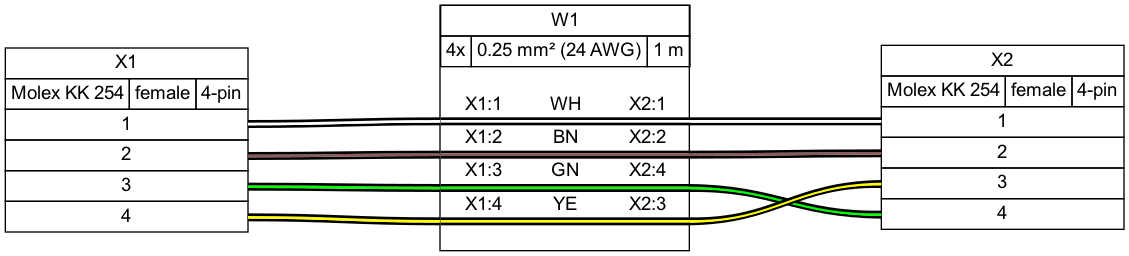
Before: tutorial/tutorial02.png, a diagram exported from Graphviz (wireviz/WireViz). Its source is kept beside it as tutorial/tutorial02.gv.
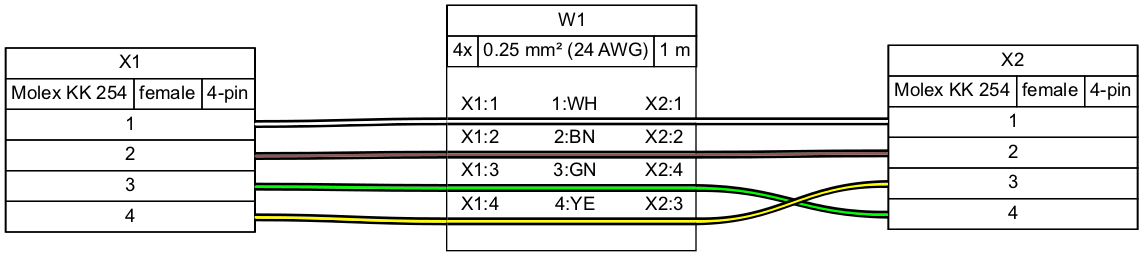
The same file after the commit.

Diff of the diagram source:
```diff
@@ -1,6 +1,6 @@
 graph {
-	graph [bgcolor=white fontname=arial nodesep=0.33 rankdir=LR ranksep=2]
-	node [fillcolor=white fontname=arial shape=record style=filled]
+	graph [bgcolor="#FFFFFF" fontname=arial nodesep=0.33 rankdir=LR ranksep=2]
+	node [fillcolor="#FFFFFF" fontname=arial height=0 margin=0 shape=none style=filled width=0]
 	edge [fontname=arial style=bold]
 	X1 [label=<
 <table border="0" cellspacing="0" cellpadding="0">
@@ -33,7 +33,7 @@
   </table>
  </td></tr>
 </table>
-> fillcolor=white margin=0 shape=none style=filled]
+> fillcolor="#FFFFFF" shape=box style=filled]
 	X2 [label=<
 <table border="0" cellspacing="0" cellpadding="0">
  <tr><td>
@@ -65,7 +65,7 @@
   </table>
  </td></tr>
 </table>
-> fillcolor=white margin=0 shape=none style=filled]
+> fillcolor="#FFFFFF" shape=box style=filled]
 	edge [color="#000000:#ffffff:#000000"]
 	X1:p1r:e -- W1:w1:w
 	W1:w1:e -- X2:p1l:w
@@ -97,7 +97,9 @@
    <tr><td>&nbsp;</td></tr>
    <tr>
     <td>X1:1</td>
-    <td>WH</td>
+    <td>
+     1:WH
+    </td>
     <td>X2:1</td>
    </tr>
    <tr>
@@ -111,7 +113,9 @@
    </tr>
    <tr>
     <td>X1:2</td>
-    <td>BN</td>
+    <td>
+     2:BN
+    </td>
     <td>X2:2</td>
    </tr>
    <tr>
@@ -125,7 +129,9 @@
    </tr>
    <tr>
     <td>X1:3</td>
-    <td>GN</td>
+    <td>
+     3:GN
+    </td>
     <td>X2:4</td>
    </tr>
    <tr>
@@ -139,7 +145,9 @@
    </tr>
    <tr>
     <td>X1:4</td>
-    <td>YE</td>
+    <td>
+     4:YE
+    </td>
     <td>X2:3</td>
    </tr>
    <tr>
@@ -155,5 +163,5 @@
   </table>
  </td></tr>
 </table>
-> fillcolor=white margin=0 shape=box style=""]
+> fillcolor="#FFFFFF" shape=box style=filled]
 }
```
